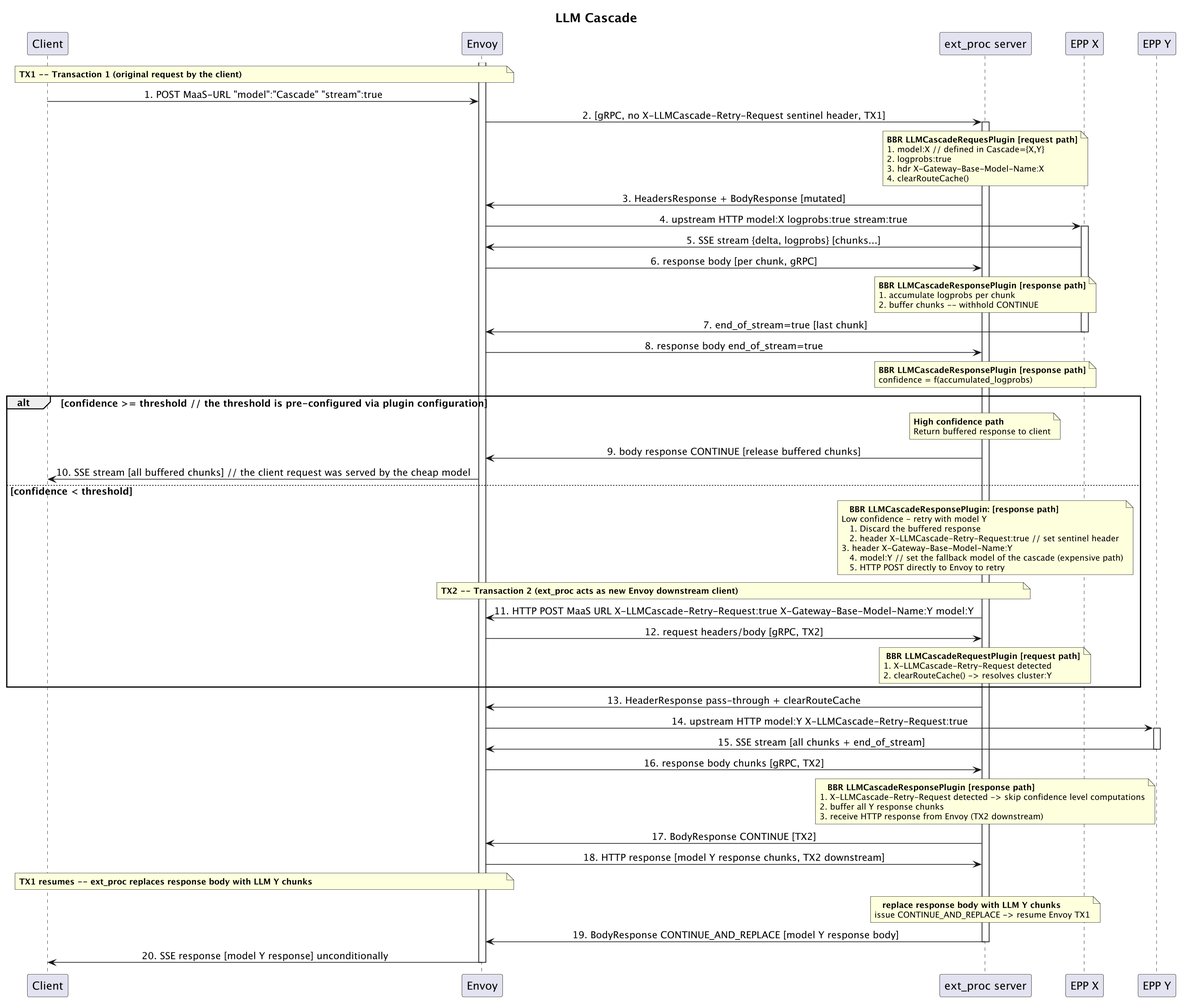
Earlier version of the PlantUML export LLMCascade.png (davidbreitgand/diagrams).
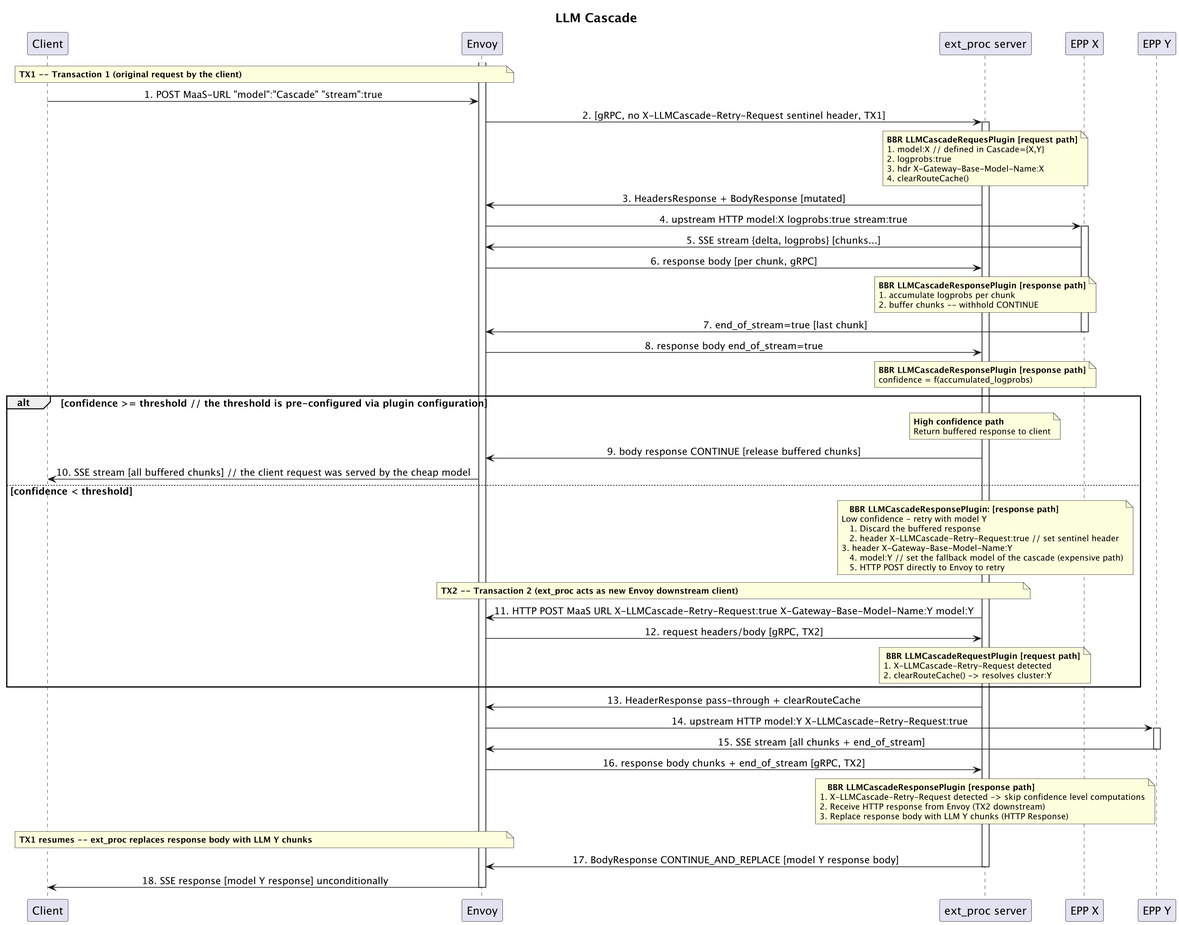
The same file after the commit.

What changed in the source:
```diff
@@ -87,24 +87,18 @@
   activate epp_cy
   epp_cy -> envoy: 15. SSE stream [all chunks + end_of_stream]
   deactivate epp_cy
-  envoy -> ext_proc: 16. response body chunks [gRPC, TX2]
+  envoy -> ext_proc: 16. response body chunks + end_of_stream [gRPC, TX2]
   note over ext_proc
     **BBR LLMCascadeResponsePlugin [response path]**
  1. X-LLMCascade-Retry-Request detected -> skip confidence level computations
- 2. buffer all Y response chunks
- 3. receive HTTP response from Envoy (TX2 downstream)
+ 2. Receive HTTP response from Envoy (TX2 downstream)
+ 3. Replace response body with LLM Y chunks (HTTP Response)
   end note
-  ext_proc -> envoy: 17. BodyResponse CONTINUE [TX2]
-  envoy -> ext_proc: 18. HTTP response [model Y response chunks, TX2 downstream]
   note over client,envoy
     **TX1 resumes -- ext_proc replaces response body with LLM Y chunks**
   end note
-  note over ext_proc
-    **replace response body with LLM Y chunks**
- issue CONTINUE_AND_REPLACE -> resume Envoy TX1
-  end note
-  ext_proc -> envoy: 19. BodyResponse CONTINUE_AND_REPLACE [model Y response body]
+  ext_proc -> envoy: 17. BodyResponse CONTINUE_AND_REPLACE [model Y response body]
   deactivate ext_proc
-  envoy -> client: 20. SSE response [model Y response] unconditionally
+  envoy -> client: 18. SSE response [model Y response] unconditionally
   deactivate envoy
 @enduml
```
